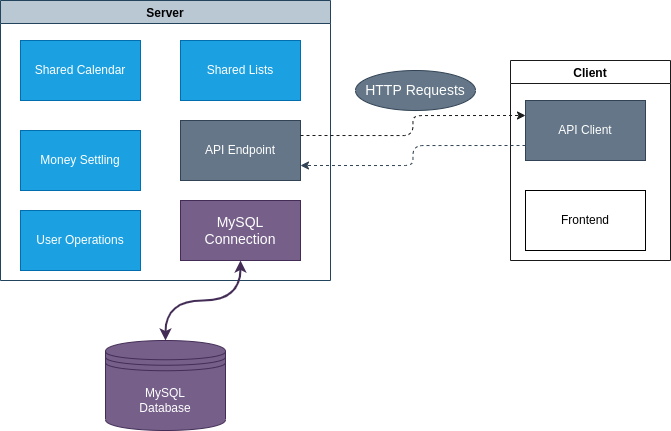
The draw.io diagram architecture.png in Arfii20/Homeiser, before a commit. Source tidied: cells renumbered, new cells last; positions are measured from the earlier drawing's top-left corner, leaving out a move shared by most shapes. Source of this version:
```xml
<mxGraphModel background="#ffffff">
  <root>
    <mxCell id="0" />
    <mxCell id="1" parent="0" />
    <mxCell id="2" value="MySQL&lt;br&gt;Database" style="shape=datastore;whiteSpace=wrap;html=1;fillColor=#76608a;fontColor=#ffffff;strokeColor=#432D57;" parent="1" vertex="1">
      <mxGeometry x="105" y="340" width="120" height="90" as="geometry" />
    </mxCell>
    <mxCell id="3" value="Server" style="swimlane;fillColor=#bac8d3;strokeColor=#23445d;" parent="1" vertex="1">
      <mxGeometry width="330" height="280" as="geometry" />
    </mxCell>
    <mxCell id="4" value="Shared Calendar" style="rounded=0;whiteSpace=wrap;html=1;fillColor=#1ba1e2;fontColor=#ffffff;strokeColor=#006EAF;" parent="3" vertex="1">
      <mxGeometry x="20" y="40" width="120" height="60" as="geometry" />
    </mxCell>
    <mxCell id="5" value="Shared Lists" style="rounded=0;whiteSpace=wrap;html=1;fillColor=#1ba1e2;fontColor=#ffffff;strokeColor=#006EAF;" parent="3" vertex="1">
      <mxGeometry x="180" y="40" width="120" height="60" as="geometry" />
    </mxCell>
    <mxCell id="6" value="Money Settling" style="rounded=0;whiteSpace=wrap;html=1;fillColor=#1ba1e2;fontColor=#ffffff;strokeColor=#006EAF;" parent="3" vertex="1">
      <mxGeometry x="20" y="130" width="120" height="60" as="geometry" />
    </mxCell>
    <mxCell id="7" value="User Operations" style="rounded=0;whiteSpace=wrap;html=1;fillColor=#1ba1e2;fontColor=#ffffff;strokeColor=#006EAF;" parent="3" vertex="1">
      <mxGeometry x="20" y="210" width="120" height="60" as="geometry" />
    </mxCell>
    <mxCell id="8" value="API Endpoint" style="rounded=0;whiteSpace=wrap;html=1;fillColor=#647687;fontColor=#ffffff;strokeColor=#314354;" parent="3" vertex="1">
      <mxGeometry x="180" y="120" width="120" height="60" as="geometry" />
    </mxCell>
    <mxCell id="9" value="MySQL Connection" style="rounded=0;whiteSpace=wrap;html=1;fontSize=14;strokeColor=#432D57;fillColor=#76608a;fontColor=#ffffff;" parent="3" vertex="1">
      <mxGeometry x="180" y="200" width="120" height="60" as="geometry" />
    </mxCell>
    <mxCell id="10" value="Client" style="swimlane;strokeColor=#1A1A1A;" parent="1" vertex="1">
      <mxGeometry x="510" y="60" width="160" height="200" as="geometry" />
    </mxCell>
    <mxCell id="11" value="API Client" style="rounded=0;whiteSpace=wrap;html=1;fillColor=#647687;fontColor=#ffffff;strokeColor=#314354;" parent="10" vertex="1">
      <mxGeometry x="15" y="40" width="120" height="60" as="geometry" />
    </mxCell>
    <mxCell id="12" value="Frontend" style="rounded=0;whiteSpace=wrap;html=1;" parent="10" vertex="1">
      <mxGeometry x="15" y="130" width="120" height="60" as="geometry" />
    </mxCell>
    <mxCell id="13" value="HTTP Requests" style="ellipse;whiteSpace=wrap;html=1;fontSize=14;strokeColor=#314354;fillColor=#647687;fontColor=#ffffff;" parent="1" vertex="1">
      <mxGeometry x="355" y="70" width="120" height="40" as="geometry" />
    </mxCell>
    <mxCell id="14" style="edgeStyle=orthogonalEdgeStyle;html=1;exitX=1;exitY=0.25;exitDx=0;exitDy=0;entryX=0;entryY=0.25;entryDx=0;entryDy=0;dashed=1;fontSize=14;strokeColor=#1A1A1A;" parent="1" edge="1" source="8" target="11">
      <mxGeometry relative="1" as="geometry" />
    </mxCell>
    <mxCell id="15" style="edgeStyle=orthogonalEdgeStyle;html=1;exitX=0;exitY=0.75;exitDx=0;exitDy=0;entryX=1;entryY=0.75;entryDx=0;entryDy=0;dashed=1;fontSize=14;strokeColor=#314354;fillColor=#647687;" parent="1" edge="1" source="11" target="8">
      <mxGeometry relative="1" as="geometry" />
    </mxCell>
    <mxCell id="16" style="endArrow=classic;startArrow=classic;html=1;fontSize=14;strokeColor=#432D57;entryX=0.5;entryY=1;entryDx=0;entryDy=0;exitX=0.5;exitY=0;exitDx=0;exitDy=0;edgeStyle=orthogonalEdgeStyle;curved=1;strokeWidth=2;fillColor=#76608a;" parent="1" edge="1" source="2" target="9">
      <mxGeometry relative="1" as="geometry" />
    </mxCell>
  </root>
</mxGraphModel>
```
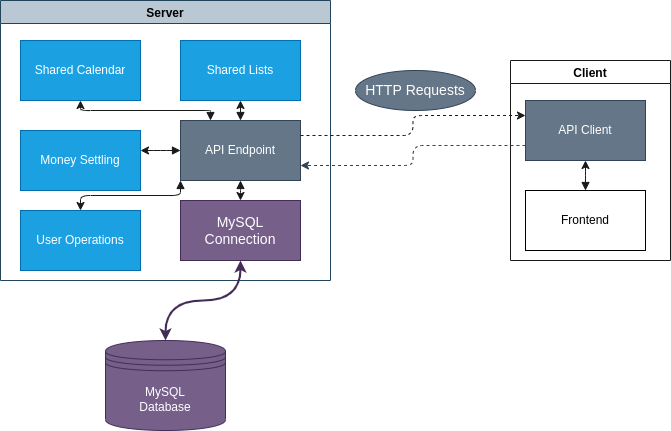
The same diagram one commit later.

Commit message:
show connections between modules

Diff of the diagram source:
```diff
@@ -20,6 +20,21 @@
     <mxCell id="7" value="User Operations" style="rounded=0;whiteSpace=wrap;html=1;fillColor=#1ba1e2;fontColor=#ffffff;strokeColor=#006EAF;" parent="3" vertex="1">
       <mxGeometry x="20" y="210" width="120" height="60" as="geometry" />
     </mxCell>
+    <mxCell id="17" style="edgeStyle=none;html=1;exitX=0.5;exitY=0;exitDx=0;exitDy=0;entryX=0.5;entryY=1;entryDx=0;entryDy=0;startArrow=block;startFill=1;strokeColor=#1A1A1A;" parent="3" edge="1" source="8" target="5">
+      <mxGeometry relative="1" as="geometry" />
+    </mxCell>
+    <mxCell id="18" style="edgeStyle=elbowEdgeStyle;html=1;exitX=0.25;exitY=0;exitDx=0;exitDy=0;entryX=0.5;entryY=1;entryDx=0;entryDy=0;startArrow=block;startFill=1;strokeColor=#1A1A1A;elbow=vertical;" parent="3" edge="1" source="8" target="4">
+      <mxGeometry relative="1" as="geometry" />
+    </mxCell>
+    <mxCell id="19" style="edgeStyle=elbowEdgeStyle;elbow=vertical;html=1;exitX=0;exitY=0.5;exitDx=0;exitDy=0;startArrow=block;startFill=1;strokeColor=#1A1A1A;" parent="3" edge="1" source="8" target="6">
+      <mxGeometry relative="1" as="geometry" />
+    </mxCell>
+    <mxCell id="20" style="edgeStyle=elbowEdgeStyle;elbow=vertical;html=1;exitX=0;exitY=1;exitDx=0;exitDy=0;startArrow=block;startFill=1;strokeColor=#1A1A1A;" parent="3" edge="1" source="8" target="7">
+      <mxGeometry relative="1" as="geometry" />
+    </mxCell>
+    <mxCell id="21" style="edgeStyle=elbowEdgeStyle;elbow=vertical;html=1;exitX=0.5;exitY=1;exitDx=0;exitDy=0;startArrow=block;startFill=1;strokeColor=#1A1A1A;" parent="3" edge="1" source="8" target="9">
+      <mxGeometry relative="1" as="geometry" />
+    </mxCell>
     <mxCell id="8" value="API Endpoint" style="rounded=0;whiteSpace=wrap;html=1;fillColor=#647687;fontColor=#ffffff;strokeColor=#314354;" parent="3" vertex="1">
       <mxGeometry x="180" y="120" width="120" height="60" as="geometry" />
     </mxCell>
@@ -32,6 +47,9 @@
     <mxCell id="11" value="API Client" style="rounded=0;whiteSpace=wrap;html=1;fillColor=#647687;fontColor=#ffffff;strokeColor=#314354;" parent="10" vertex="1">
       <mxGeometry x="15" y="40" width="120" height="60" as="geometry" />
     </mxCell>
+    <mxCell id="22" style="edgeStyle=elbowEdgeStyle;elbow=vertical;html=1;exitX=0.5;exitY=0;exitDx=0;exitDy=0;startArrow=block;startFill=1;strokeColor=#1A1A1A;" parent="10" edge="1" source="12" target="11">
+      <mxGeometry relative="1" as="geometry" />
+    </mxCell>
     <mxCell id="12" value="Frontend" style="rounded=0;whiteSpace=wrap;html=1;" parent="10" vertex="1">
       <mxGeometry x="15" y="130" width="120" height="60" as="geometry" />
     </mxCell>
```
